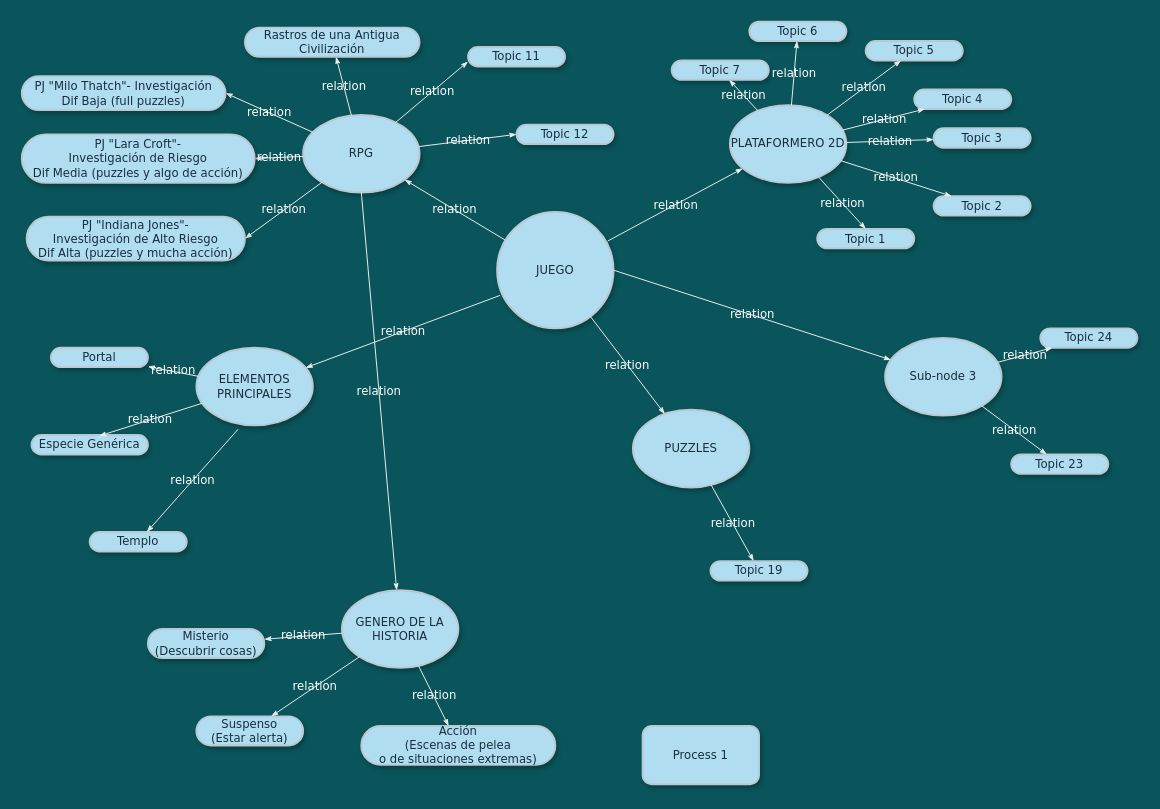
This is page "Page-1" (1 of 2) of mental_map_worldbuilding.drawio from aixairupe/DiagramasRPG, a draw.io file, before an edit. Source tidied: cells renumbered, new cells numbered last; positions are measured from the earlier drawing's top-left corner, leaving out a move shared by most shapes. Both pictures are drawn from the tidied source at 97%, with x=0, y=0 at pixel (21, 21).
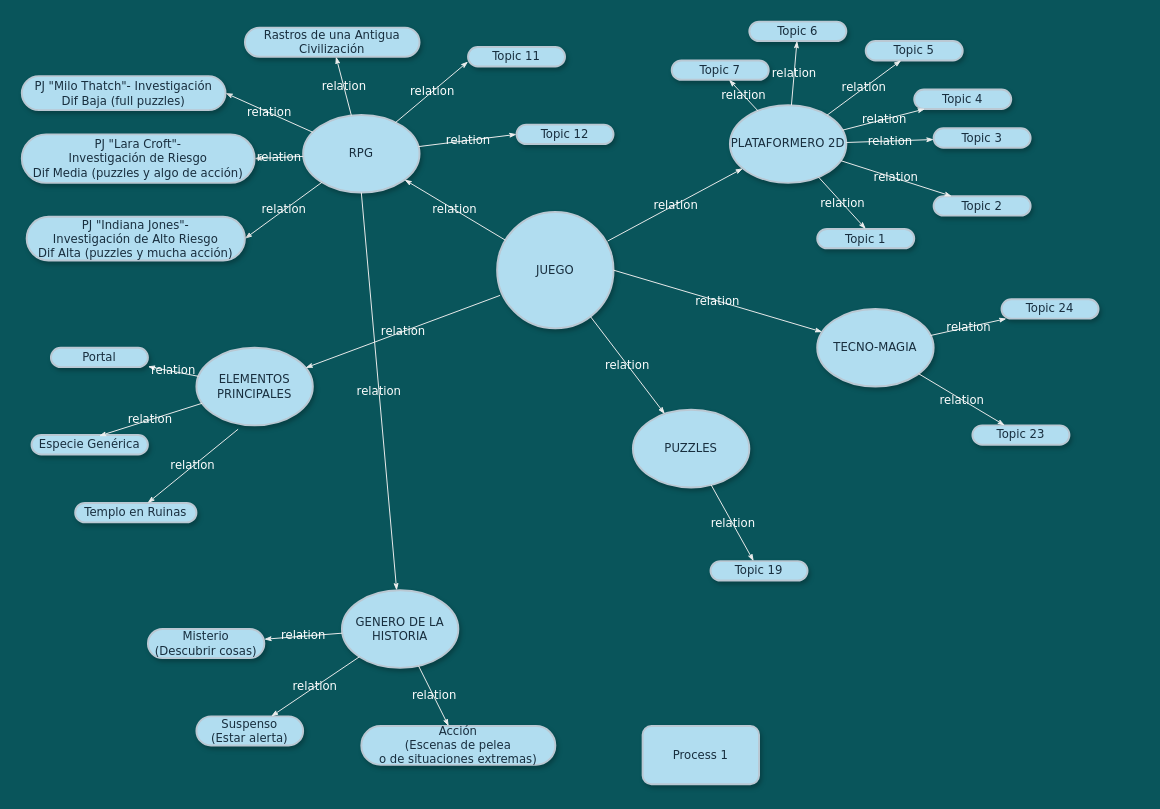
Above is the later version.

Diff of the diagram source:
```diff
@@
-    <mxCell id="36" value="&lt;span&gt;Sub-node 3&lt;/span&gt;" style="ellipse;whiteSpace=wrap;html=1;rounded=1;shadow=1;comic=0;labelBackgroundColor=none;strokeWidth=2;fontFamily=Verdana;fontSize=12;align=center;fillColor=#B1DDF0;strokeColor=#BAC8D3;fontColor=#182E3E;" parent="1" vertex="1">
-      <mxGeometry x="890" y="326" width="120" height="80" as="geometry" />
+    <mxCell id="36" value="TECNO-MAGIA" style="ellipse;whiteSpace=wrap;html=1;rounded=1;shadow=1;comic=0;labelBackgroundColor=none;strokeWidth=2;fontFamily=Verdana;fontSize=12;align=center;fillColor=#B1DDF0;strokeColor=#BAC8D3;fontColor=#182E3E;" parent="1" vertex="1">
+      <mxGeometry x="820" y="296" width="120" height="80" as="geometry" />
     </mxCell>
     <mxCell id="37" value="&lt;span&gt;Topic 24&lt;/span&gt;" style="whiteSpace=wrap;html=1;rounded=1;shadow=1;comic=0;labelBackgroundColor=none;strokeWidth=2;fontFamily=Verdana;fontSize=12;align=center;arcSize=50;fillColor=#B1DDF0;strokeColor=#BAC8D3;fontColor=#182E3E;" parent="1" vertex="1">
-      <mxGeometry x="1050" y="316" width="100" height="20" as="geometry" />
+      <mxGeometry x="1010" y="286" width="100" height="20" as="geometry" />
     </mxCell>
     <mxCell id="38" value="&lt;span&gt;Topic 23&lt;/span&gt;" style="whiteSpace=wrap;html=1;rounded=1;shadow=1;comic=0;labelBackgroundColor=none;strokeWidth=2;fontFamily=Verdana;fontSize=12;align=center;arcSize=50;fillColor=#B1DDF0;strokeColor=#BAC8D3;fontColor=#182E3E;" parent="1" vertex="1">
-      <mxGeometry x="1020" y="446" width="100" height="20" as="geometry" />
+      <mxGeometry x="980" y="416" width="100" height="20" as="geometry" />
     </mxCell>
@@
-    <mxCell id="49" value="Templo" style="whiteSpace=wrap;html=1;rounded=1;shadow=1;comic=0;labelBackgroundColor=none;strokeWidth=2;fontFamily=Verdana;fontSize=12;align=center;arcSize=50;fillColor=#B1DDF0;strokeColor=#BAC8D3;fontColor=#182E3E;" parent="1" vertex="1">
-      <mxGeometry x="70" y="526" width="100" height="20" as="geometry" />
+    <mxCell id="49" value="Templo en Ruinas" style="whiteSpace=wrap;html=1;rounded=1;shadow=1;comic=0;labelBackgroundColor=none;strokeWidth=2;fontFamily=Verdana;fontSize=12;align=center;arcSize=50;fillColor=#B1DDF0;strokeColor=#BAC8D3;fontColor=#182E3E;" parent="1" vertex="1">
+      <mxGeometry x="55" y="496" width="125" height="20" as="geometry" />
     </mxCell>
```
